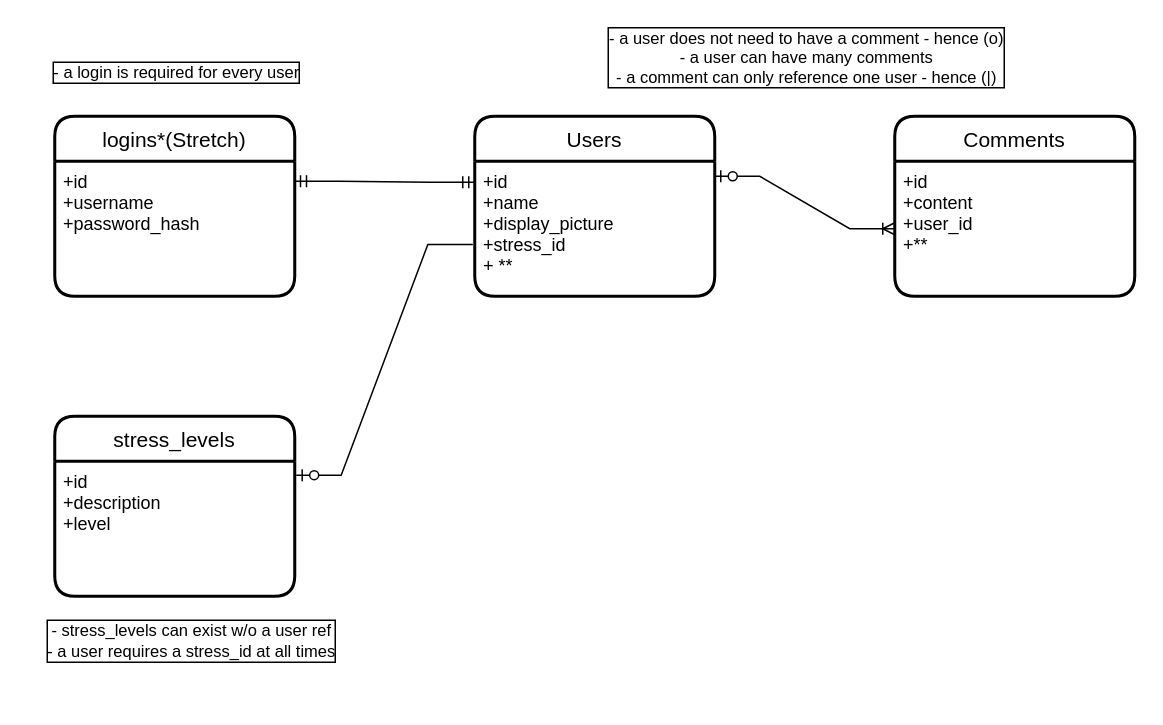
This is stress-book-diagram.drawio from neebs12/database-diagrams, a draw.io file, before an edit. Source tidied: cells renumbered, new cells numbered last; positions are measured from the earlier drawing's top-left corner, leaving out a move shared by most shapes. Both pictures are drawn from the tidied source at 150%, with x=0, y=0 at pixel (54, 56).
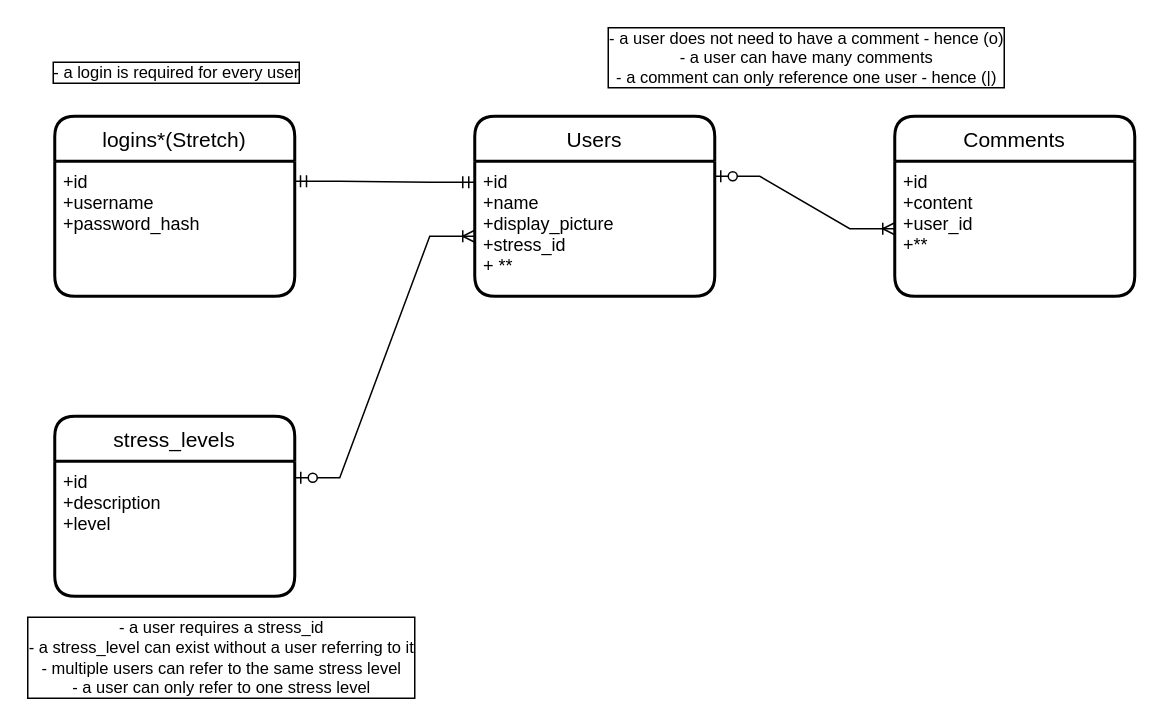
After the change.

What changed in the source:
```diff
@@
 <mxGraphModel>
   <root>
     <mxCell id="0" />
     <mxCell id="1" parent="0" />
     <mxCell id="2" value="Users" style="swimlane;horizontal=1;startSize=30;rounded=1;fontSize=14;fontStyle=0;strokeWidth=2;shadow=0;dashed=0;align=center;" parent="1" vertex="1">
       <mxGeometry x="280" y="40" width="160" height="120" as="geometry" />
     </mxCell>
     <mxCell id="3" value="+id&#10;+name&#10;+display_picture&#10;+stress_id&#10;+ **" style="align=left;strokeColor=none;fillColor=none;spacingLeft=4;fontSize=12;verticalAlign=top;" parent="2" vertex="1">
       <mxGeometry y="30" width="160" height="90" as="geometry" />
     </mxCell>
     <mxCell id="4" value="Comments" style="swimlane;horizontal=1;startSize=30;rounded=1;fontSize=14;fontStyle=0;strokeWidth=2;shadow=0;dashed=0;align=center;" parent="1" vertex="1">
       <mxGeometry x="560" y="40" width="160" height="120" as="geometry" />
     </mxCell>
     <mxCell id="5" value="+id&#10;+content&#10;+user_id&#10;+**" style="align=left;strokeColor=none;fillColor=none;spacingLeft=4;fontSize=12;verticalAlign=top;" parent="4" vertex="1">
       <mxGeometry y="30" width="160" height="90" as="geometry" />
     </mxCell>
     <mxCell id="6" value="logins*(Stretch)" style="swimlane;horizontal=1;startSize=30;rounded=1;fontSize=14;fontStyle=0;strokeWidth=2;shadow=0;dashed=0;align=center;" parent="1" vertex="1">
       <mxGeometry y="40" width="160" height="120" as="geometry" />
     </mxCell>
     <mxCell id="7" value="+id&#10;+username&#10;+password_hash" style="align=left;strokeColor=none;fillColor=none;spacingLeft=4;fontSize=12;verticalAlign=top;" parent="6" vertex="1">
       <mxGeometry y="30" width="160" height="90" as="geometry" />
     </mxCell>
     <mxCell id="8" value="stress_levels" style="swimlane;horizontal=1;startSize=30;rounded=1;fontSize=14;fontStyle=0;strokeWidth=2;shadow=0;dashed=0;align=center;" parent="1" vertex="1">
       <mxGeometry y="240" width="160" height="120" as="geometry" />
     </mxCell>
     <mxCell id="9" value="+id&#10;+description&#10;+level" style="align=left;strokeColor=none;fillColor=none;spacingLeft=4;fontSize=12;verticalAlign=top;" parent="8" vertex="1">
       <mxGeometry y="30" width="160" height="90" as="geometry" />
     </mxCell>
     <mxCell id="10" style="edgeStyle=entityRelationEdgeStyle;fontSize=12;html=1;endArrow=ERmandOne;startArrow=ERmandOne;rounded=0;exitX=0.999;exitY=0.148;exitDx=0;exitDy=0;exitPerimeter=0;" parent="1" edge="1" source="7">
       <mxGeometry relative="1" as="geometry">
         <mxPoint x="280" y="84" as="targetPoint" />
       </mxGeometry>
     </mxCell>
     <mxCell id="11" style="edgeStyle=entityRelationEdgeStyle;fontSize=12;html=1;endArrow=ERoneToMany;startArrow=ERzeroToOne;rounded=0;entryX=0;entryY=0.5;entryDx=0;entryDy=0;" parent="1" edge="1" target="5">
       <mxGeometry relative="1" as="geometry">
         <mxPoint x="440" y="80" as="sourcePoint" />
       </mxGeometry>
     </mxCell>
-    <mxCell id="12" style="edgeStyle=entityRelationEdgeStyle;fontSize=12;html=1;endArrow=ERzeroToOne;endFill=1;rounded=0;exitX=-0.008;exitY=0.617;exitDx=0;exitDy=0;exitPerimeter=0;entryX=1.006;entryY=0.103;entryDx=0;entryDy=0;entryPerimeter=0;" parent="1" edge="1" source="3" target="9">
-      <mxGeometry relative="1" as="geometry" />
-    </mxCell>
-    <mxCell id="13" value="- stress_levels can exist w/o a user ref&lt;br&gt;- a user requires a stress_id at all times" style="edgeLabel;html=1;align=center;verticalAlign=middle;labelBorderColor=default;" parent="12" vertex="1">
-      <mxGeometry x="0.17" y="1" relative="1" as="geometry">
-        <mxPoint x="-124" y="169" as="offset" />
-      </mxGeometry>
-    </mxCell>
     <mxCell id="14" value="- a login is required for every user" style="edgeLabel;html=1;align=center;verticalAlign=middle;labelBorderColor=default;" parent="1" vertex="1">
       <mxGeometry x="80" y="10" as="geometry" />
     </mxCell>
     <mxCell id="15" value="- a user does not need to have a comment - hence (o)&lt;br&gt;- a user can have many comments&lt;br&gt;- a comment can only reference one user - hence (|)" style="edgeLabel;html=1;align=center;verticalAlign=middle;labelBorderColor=default;" parent="1" vertex="1">
       <mxGeometry x="500" as="geometry" />
     </mxCell>
+    <mxCell id="16" value="- a user requires a stress_id&lt;br&gt;- a stress_level can exist without a user referring to it&lt;br&gt;- multiple users can refer to the same stress level&lt;br&gt;- a user can only refer to one stress level" style="edgeLabel;html=1;align=center;verticalAlign=middle;labelBorderColor=default;" parent="1" vertex="1">
+      <mxGeometry x="110" y="400" as="geometry" />
+    </mxCell>
+    <mxCell id="17" style="edgeStyle=entityRelationEdgeStyle;fontSize=12;html=1;endArrow=ERoneToMany;startArrow=ERzeroToOne;rounded=0;" parent="1" edge="1">
+      <mxGeometry relative="1" as="geometry">
+        <mxPoint x="160" y="281" as="sourcePoint" />
+        <mxPoint x="280" y="120" as="targetPoint" />
+      </mxGeometry>
+    </mxCell>
   </root>
 </mxGraphModel>
```
